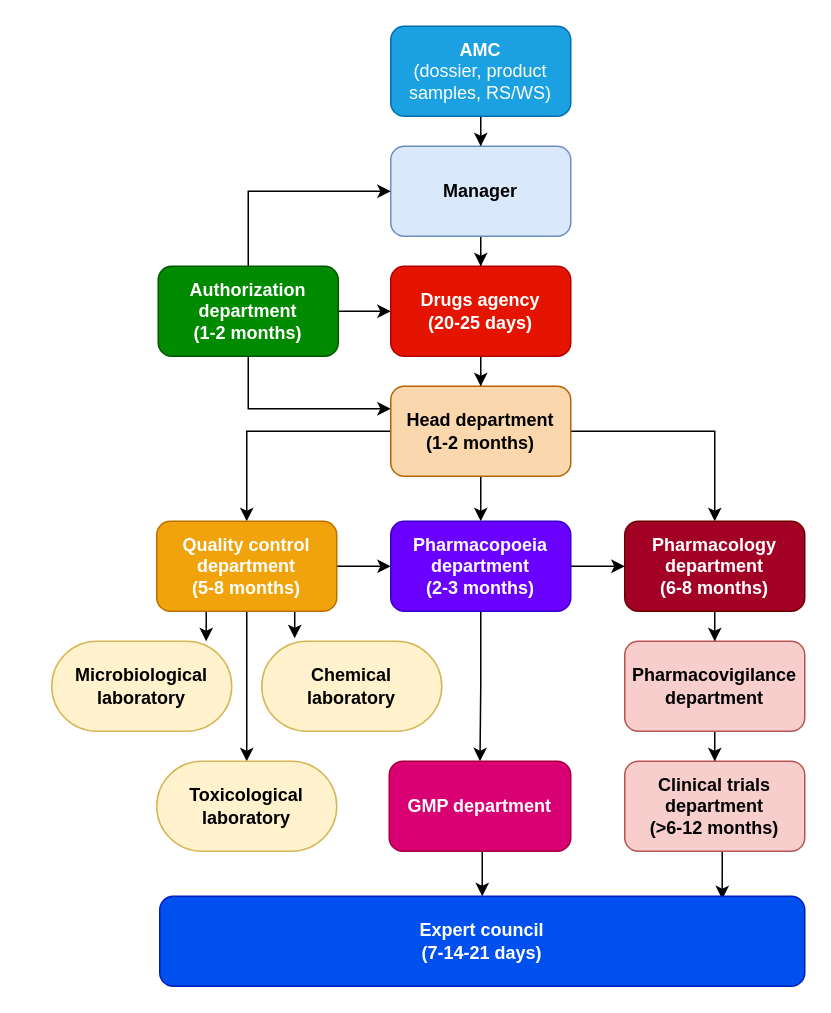
Rustapo/cabinet_front keeps this draw.io diagram as Untitled Diagram.drawio. Above is the earlier version. Source tidied: cells renumbered, new cells numbered last; positions are measured from the earlier drawing's top-left corner, leaving out a move shared by most shapes. Both pictures are drawn from the tidied source at 150%, with x=0, y=0 at pixel (51, 26).
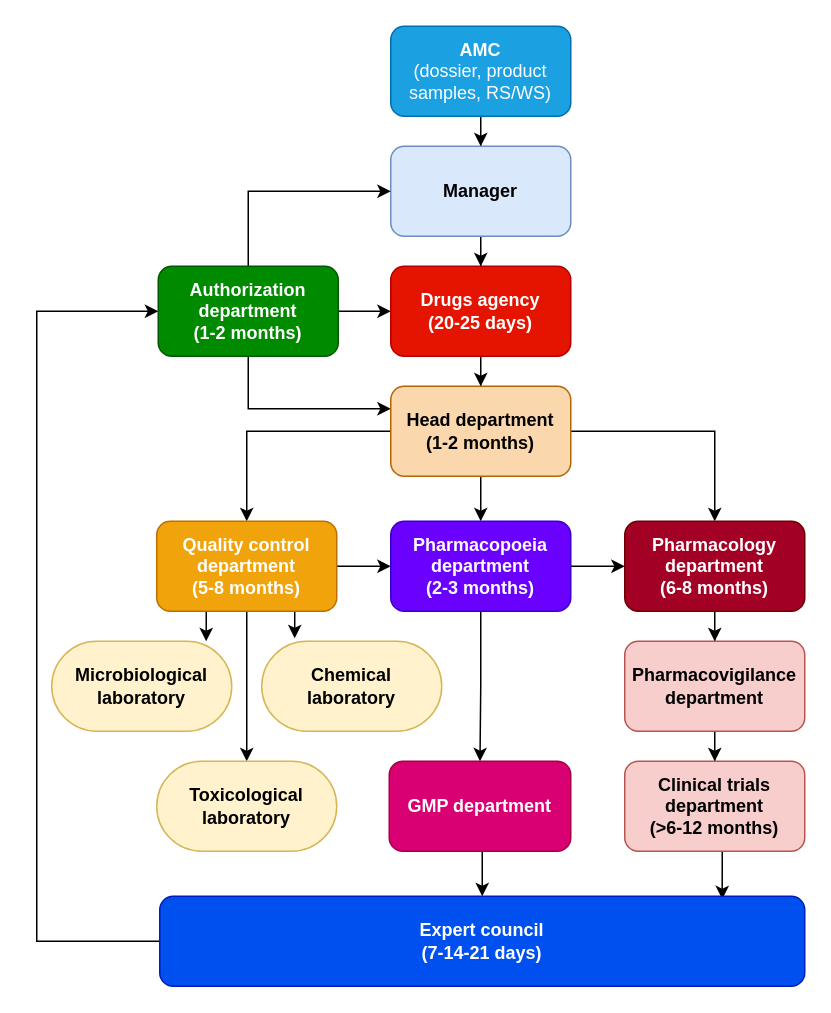
After the change.

Unchanged cells that the change refers to:
```xml
<mxCell id="11" value="&lt;b&gt;Authorization department&lt;br&gt;(1-2 months)&lt;br&gt;&lt;/b&gt;" style="rounded=1;whiteSpace=wrap;html=1;fillColor=#008a00;strokeColor=#005700;fontColor=#ffffff;" parent="1" vertex="1">
  <mxGeometry x="71" y="160" width="120" height="60" as="geometry" />
</mxCell>
<mxCell id="27" value="&lt;b&gt;Expert council&lt;br&gt;(7-14-21 days)&lt;/b&gt;" style="rounded=1;whiteSpace=wrap;html=1;fillColor=#0050ef;strokeColor=#001DBC;fontColor=#ffffff;" parent="1" vertex="1">
  <mxGeometry x="72" y="580" width="430" height="60" as="geometry" />
</mxCell>
```

The edit, as a diff of the source:
```diff
@@
+    <mxCell id="36" style="edgeStyle=orthogonalEdgeStyle;rounded=0;jettySize=auto;html=1;exitX=0;exitY=0.5;exitDx=0;exitDy=0;entryX=0;entryY=0.5;entryDx=0;entryDy=0;" parent="1" edge="1" source="27" target="11">
+      <mxGeometry relative="1" as="geometry">
+        <Array as="points">
+          <mxPoint x="-10" y="610" />
+          <mxPoint x="-10" y="190" />
+        </Array>
+      </mxGeometry>
+    </mxCell>
```
